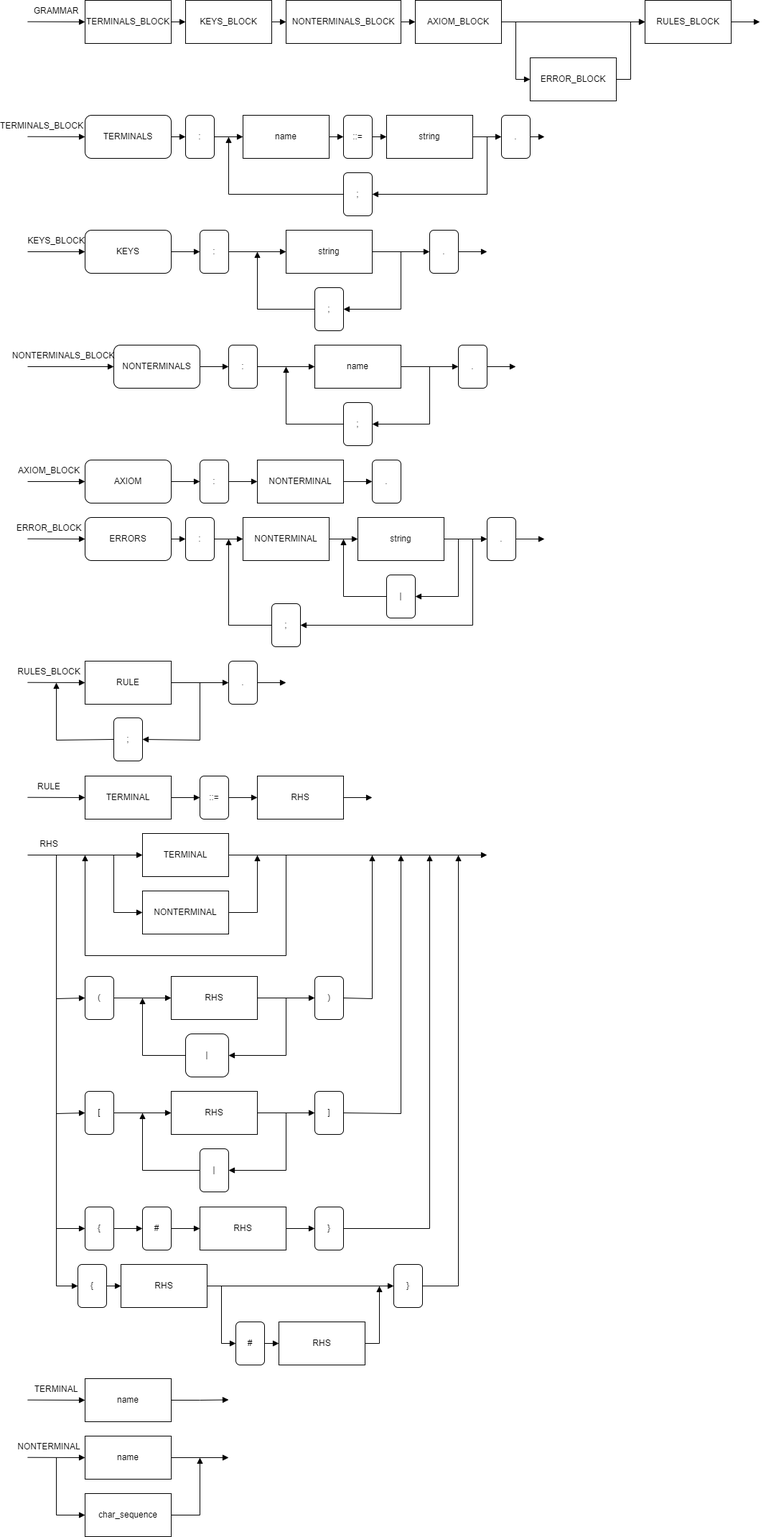
Above: docs/diagrams/grammar_description.png in aVorotnikov/dsl_generator (draw.io), before the change. Source tidied: cells renumbered, new cells last; positions are measured from the earlier drawing's top-left corner, leaving out a move shared by most shapes.
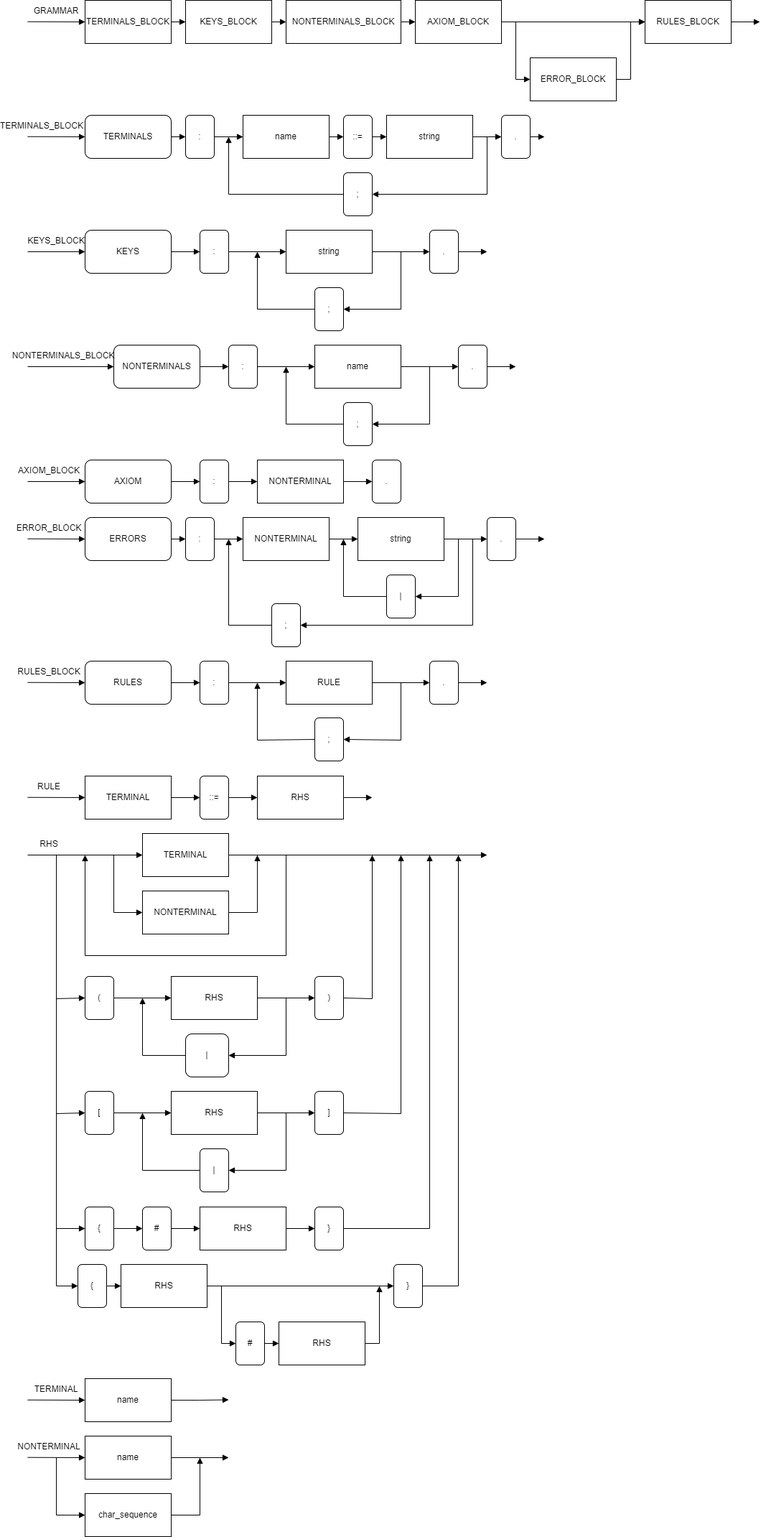
Above is the later version.

Commit message:
Fix grammar descriptions errors

The edit, as a diff of the source:
```diff
@@ -3,34 +3,34 @@
     <mxCell id="0" />
     <mxCell id="1" parent="0" />
     <mxCell id="2" value="RULE" style="rounded=0;whiteSpace=wrap;html=1;fillColor=none;" parent="1" vertex="1">
-      <mxGeometry x="90" y="920" width="120" height="60" as="geometry" />
+      <mxGeometry x="370" y="920" width="120" height="60" as="geometry" />
     </mxCell>
     <mxCell id="3" value=";" style="rounded=1;whiteSpace=wrap;html=1;fillColor=none;" parent="1" vertex="1">
-      <mxGeometry x="130" y="999" width="40" height="60" as="geometry" />
+      <mxGeometry x="410" y="999" width="40" height="60" as="geometry" />
     </mxCell>
     <mxCell id="4" style="endArrow=block;endFill=1;html=1;rounded=0;entryX=0;entryY=0.5;entryDx=0;entryDy=0;" parent="1" edge="1" target="77">
       <mxGeometry relative="1" as="geometry">
-        <mxPoint x="210" y="950" as="sourcePoint" />
+        <mxPoint x="490" y="950" as="sourcePoint" />
       </mxGeometry>
     </mxCell>
-    <mxCell id="5" style="endArrow=block;endFill=1;html=1;rounded=0;entryX=0;entryY=0.5;entryDx=0;entryDy=0;" parent="1" edge="1" target="2">
+    <mxCell id="5" style="endArrow=block;endFill=1;html=1;rounded=0;entryX=0;entryY=0.5;entryDx=0;entryDy=0;" parent="1" edge="1" target="164">
       <mxGeometry relative="1" as="geometry">
         <mxPoint x="10" y="949.7" as="sourcePoint" />
       </mxGeometry>
     </mxCell>
     <mxCell id="6" style="endArrow=block;endFill=1;html=1;rounded=0;entryX=1;entryY=0.5;entryDx=0;entryDy=0;" parent="1" edge="1" target="3">
       <mxGeometry relative="1" as="geometry">
-        <mxPoint x="250" y="950" as="sourcePoint" />
+        <mxPoint x="530" y="950" as="sourcePoint" />
         <Array as="points">
-          <mxPoint x="250" y="1030" />
+          <mxPoint x="530" y="1030" />
         </Array>
       </mxGeometry>
     </mxCell>
     <mxCell id="7" style="endArrow=block;endFill=1;html=1;rounded=0;exitX=0;exitY=0.5;exitDx=0;exitDy=0;" parent="1" edge="1" source="3">
       <mxGeometry relative="1" as="geometry">
-        <mxPoint x="50" y="950" as="targetPoint" />
+        <mxPoint x="330" y="950" as="targetPoint" />
         <Array as="points">
-          <mxPoint x="50" y="1030" />
+          <mxPoint x="330" y="1030" />
         </Array>
       </mxGeometry>
     </mxCell>
@@ -356,11 +356,11 @@
       </mxGeometry>
     </mxCell>
     <mxCell id="77" value="." style="rounded=1;whiteSpace=wrap;html=1;fillColor=none;" parent="1" vertex="1">
-      <mxGeometry x="290" y="920" width="40" height="60" as="geometry" />
+      <mxGeometry x="570" y="920" width="40" height="60" as="geometry" />
     </mxCell>
     <mxCell id="78" style="edgeStyle=orthogonalEdgeStyle;rounded=0;jettySize=auto;html=1;endArrow=block;endFill=1;exitX=1;exitY=0.5;exitDx=0;exitDy=0;" parent="1" edge="1" source="77">
       <mxGeometry relative="1" as="geometry">
-        <mxPoint x="370" y="950" as="targetPoint" />
+        <mxPoint x="650" y="950" as="targetPoint" />
       </mxGeometry>
     </mxCell>
     <mxCell id="79" value="ERRORS" style="rounded=1;whiteSpace=wrap;html=1;fillColor=none;" parent="1" vertex="1">
@@ -712,5 +712,19 @@
         </Array>
       </mxGeometry>
     </mxCell>
+    <mxCell id="164" value="RULES" style="rounded=1;whiteSpace=wrap;html=1;fillColor=none;" parent="1" vertex="1">
+      <mxGeometry x="90" y="920" width="120" height="60" as="geometry" />
+    </mxCell>
+    <mxCell id="165" value=":" style="rounded=1;whiteSpace=wrap;html=1;fillColor=none;" parent="1" vertex="1">
+      <mxGeometry x="250" y="920" width="40" height="60" as="geometry" />
+    </mxCell>
+    <mxCell id="166" style="edgeStyle=orthogonalEdgeStyle;rounded=0;jettySize=auto;html=1;endArrow=block;endFill=1;exitX=1;exitY=0.5;exitDx=0;exitDy=0;" parent="1" edge="1" source="164">
+      <mxGeometry relative="1" as="geometry">
+        <mxPoint x="250" y="950" as="targetPoint" />
+      </mxGeometry>
+    </mxCell>
+    <mxCell id="167" style="edgeStyle=orthogonalEdgeStyle;rounded=0;jettySize=auto;html=1;endArrow=block;endFill=1;exitX=1;exitY=0.5;exitDx=0;exitDy=0;entryX=0;entryY=0.5;entryDx=0;entryDy=0;" parent="1" edge="1" source="165" target="2">
+      <mxGeometry relative="1" as="geometry" />
+    </mxCell>
   </root>
 </mxGraphModel>
```
